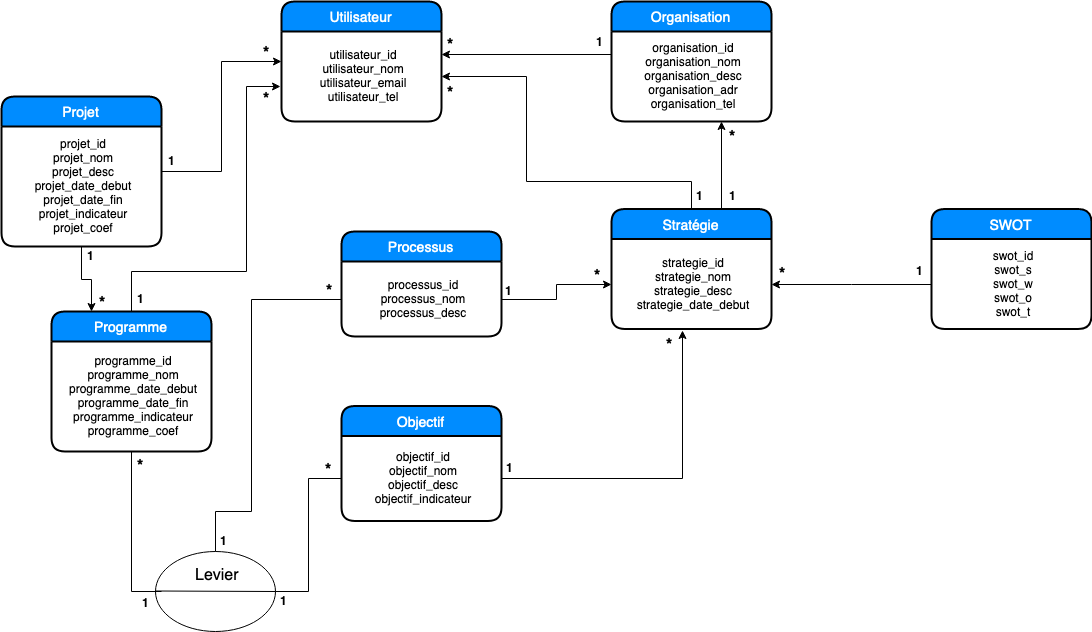
This is diagrams/MCD.png from BoujaafarWidad/pfa-assets, a draw.io export, as it was before one commit. Source tidied: cells renumbered, new cells last; positions are measured from the earlier drawing's top-left corner, leaving out a move shared by most shapes.
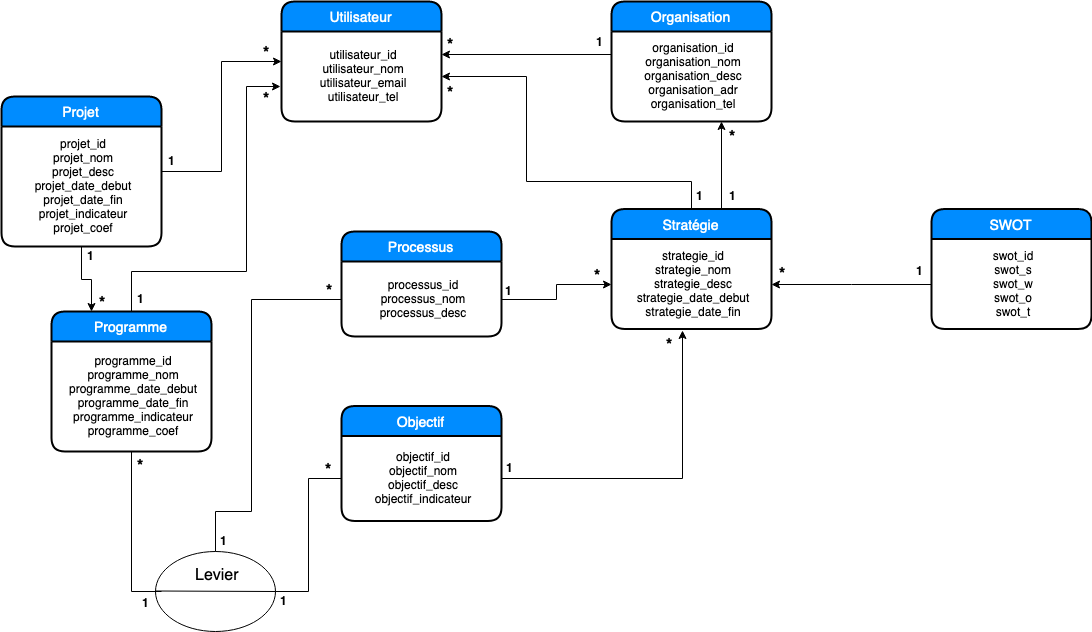
After the change.

The edit, as a diff of the source:
```diff
@@ -42,7 +42,7 @@
     <mxCell id="9" value="Stratégie" style="swimlane;horizontal=1;startSize=30;fillColor=#008cff;fontColor=#FFFFFF;rounded=1;fontSize=14;fontStyle=0;strokeWidth=2;shadow=0;dashed=0;align=center;" parent="1" vertex="1">
       <mxGeometry x="610" y="207.5" width="160" height="120" as="geometry" />
     </mxCell>
-    <mxCell id="10" value="strategie_id&#10;strategie_nom&#10;strategie_desc&#10;strategie_date_debut" style="align=center;strokeColor=none;fillColor=none;spacingLeft=4;fontSize=12;verticalAlign=middle;" parent="9" vertex="1">
+    <mxCell id="10" value="strategie_id&#10;strategie_nom&#10;strategie_desc&#10;strategie_date_debut&#10;strategie_date_fin" style="align=center;strokeColor=none;fillColor=none;spacingLeft=4;fontSize=12;verticalAlign=middle;" parent="9" vertex="1">
       <mxGeometry y="30" width="160" height="90" as="geometry" />
     </mxCell>
     <mxCell id="11" value="Programme" style="swimlane;horizontal=1;startSize=30;fillColor=#008cff;fontColor=#FFFFFF;rounded=1;fontSize=14;fontStyle=0;strokeWidth=2;shadow=0;dashed=0;align=center;" parent="1" vertex="1">
```
